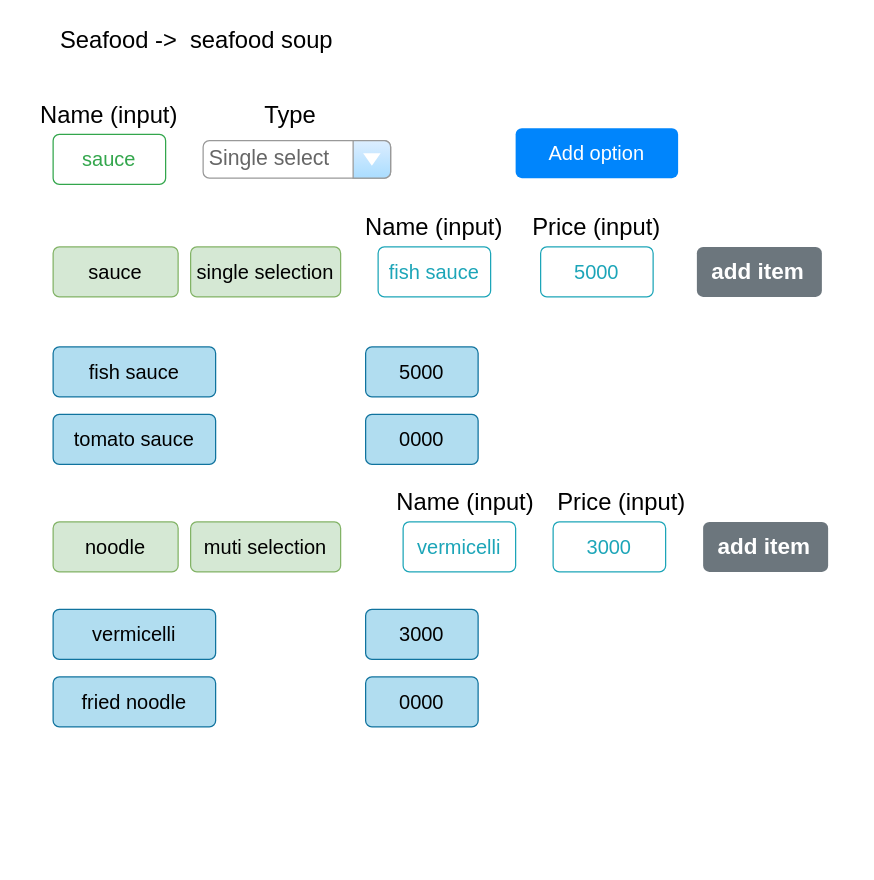
Before: resto_admin_order_menu.drawio in letrthang/design, a draw.io diagram. Source tidied: cells renumbered, new cells numbered last; positions are measured from the earlier drawing's top-left corner, leaving out a move shared by most shapes. Both pictures are drawn from the tidied source at 125%, with x=0, y=0 at pixel (21, 21).
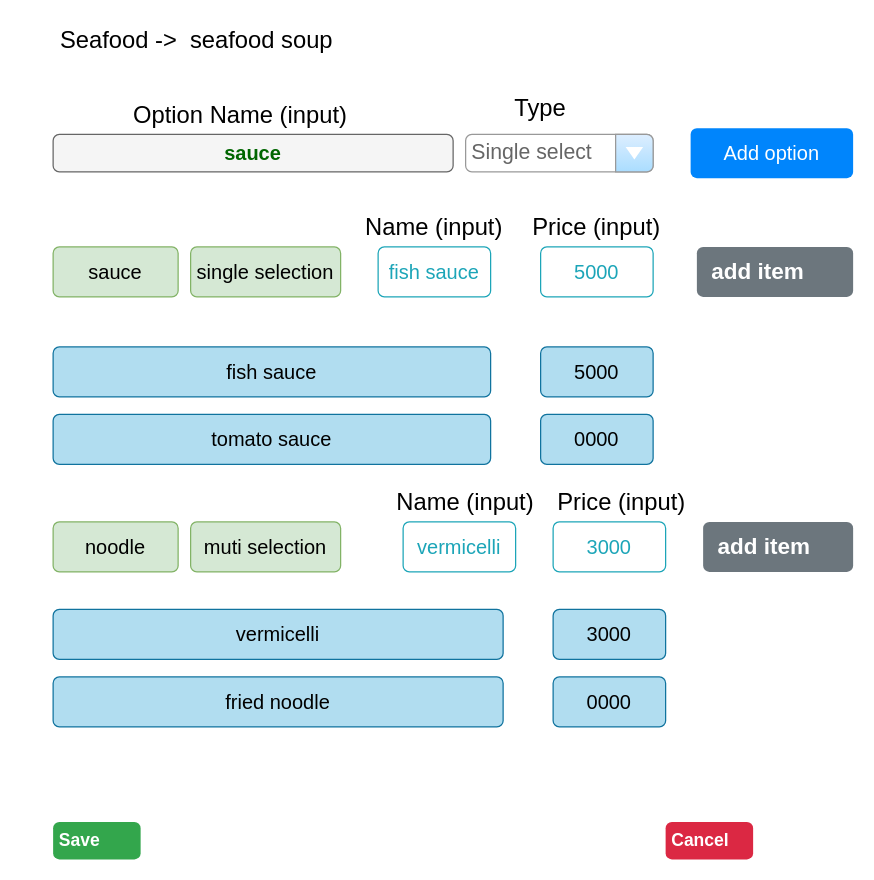
After the change.

The edit, as a diff of the source:
```diff
@@
-    <mxCell id="3" value="sauce" style="html=1;shadow=0;dashed=0;shape=mxgraph.bootstrap.rrect;rSize=5;strokeColor=#33A64C;strokeWidth=1;fillColor=none;fontColor=#33A64C;whiteSpace=wrap;align=center;verticalAlign=middle;spacingLeft=0;fontStyle=0;fontSize=16;spacing=5;" parent="1" vertex="1">
-      <mxGeometry x="25" y="90" width="90" height="40" as="geometry" />
+    <mxCell id="3" value="&lt;font color=&quot;#006600&quot;&gt;&lt;b&gt;sauce&lt;/b&gt;&lt;/font&gt;" style="html=1;shadow=0;dashed=0;shape=mxgraph.bootstrap.rrect;rSize=5;strokeColor=#666666;strokeWidth=1;fillColor=#f5f5f5;whiteSpace=wrap;align=center;verticalAlign=middle;spacingLeft=0;fontStyle=0;fontSize=16;spacing=5;fontColor=#333333;" parent="1" vertex="1">
+      <mxGeometry x="25" y="90" width="320" height="30" as="geometry" />
     </mxCell>
-    <mxCell id="4" value="&lt;font style=&quot;font-size: 19px;&quot;&gt;Name (input)&lt;/font&gt;" style="text;html=1;strokeColor=none;fillColor=none;align=center;verticalAlign=middle;whiteSpace=wrap;rounded=0;" parent="1" vertex="1">
-      <mxGeometry y="60" width="140" height="30" as="geometry" />
+    <mxCell id="4" value="&lt;font style=&quot;font-size: 19px;&quot;&gt;Option Name (input)&lt;/font&gt;" style="text;html=1;strokeColor=none;fillColor=none;align=center;verticalAlign=middle;whiteSpace=wrap;rounded=0;" parent="1" vertex="1">
+      <mxGeometry x="85" y="60" width="180" height="30" as="geometry" />
     </mxCell>
     <mxCell id="5" value="Single select" style="strokeWidth=1;shadow=0;dashed=0;align=center;html=1;shape=mxgraph.mockup.forms.comboBox;strokeColor=#999999;fillColor=#ddeeff;align=left;fillColor2=#aaddff;mainText=;fontColor=#666666;fontSize=17;spacingLeft=3;" parent="1" vertex="1">
-      <mxGeometry x="145" y="95" width="150" height="30" as="geometry" />
+      <mxGeometry x="355" y="90" width="150" height="30" as="geometry" />
     </mxCell>
     <mxCell id="6" value="&lt;font style=&quot;font-size: 19px;&quot;&gt;Type&lt;/font&gt;" style="text;html=1;strokeColor=none;fillColor=none;align=center;verticalAlign=middle;whiteSpace=wrap;rounded=0;" parent="1" vertex="1">
-      <mxGeometry x="185" y="60" width="60" height="30" as="geometry" />
+      <mxGeometry x="385" y="55" width="60" height="30" as="geometry" />
     </mxCell>
     <mxCell id="7" value="Add option" style="html=1;shadow=0;dashed=0;shape=mxgraph.bootstrap.rrect;rSize=5;strokeColor=none;strokeWidth=1;fillColor=#0085FC;fontColor=#FFFFFF;whiteSpace=wrap;align=center;verticalAlign=middle;spacingLeft=0;fontStyle=0;fontSize=16;spacing=5;" parent="1" vertex="1">
-      <mxGeometry x="395" y="85" width="130" height="40" as="geometry" />
+      <mxGeometry x="535" y="85" width="130" height="40" as="geometry" />
     </mxCell>
@@
     <mxCell id="11" value="add item" style="html=1;shadow=0;dashed=0;shape=mxgraph.bootstrap.rrect;rSize=5;strokeColor=none;strokeWidth=1;fillColor=#6C767D;fontColor=#FFFFFF;whiteSpace=wrap;align=left;verticalAlign=middle;spacingLeft=10;fontStyle=1;fontSize=18;" parent="1" vertex="1">
-      <mxGeometry x="540" y="180" width="100" height="40" as="geometry" />
+      <mxGeometry x="540" y="180" width="125" height="40" as="geometry" />
     </mxCell>
@@
     <mxCell id="14" value="fish sauce" style="html=1;shadow=0;dashed=0;shape=mxgraph.bootstrap.rrect;rSize=5;strokeColor=#10739e;strokeWidth=1;fillColor=#b1ddf0;whiteSpace=wrap;align=center;verticalAlign=middle;spacingLeft=0;fontStyle=0;fontSize=16;spacing=5;" parent="1" vertex="1">
-      <mxGeometry x="25" y="260" width="130" height="40" as="geometry" />
+      <mxGeometry x="25" y="260" width="350" height="40" as="geometry" />
     </mxCell>
     <mxCell id="15" value="5000" style="html=1;shadow=0;dashed=0;shape=mxgraph.bootstrap.rrect;rSize=5;strokeColor=#10739e;strokeWidth=1;fillColor=#b1ddf0;whiteSpace=wrap;align=center;verticalAlign=middle;spacingLeft=0;fontStyle=0;fontSize=16;spacing=5;" parent="1" vertex="1">
-      <mxGeometry x="275" y="260" width="90" height="40" as="geometry" />
+      <mxGeometry x="415" y="260" width="90" height="40" as="geometry" />
     </mxCell>
     <mxCell id="16" value="tomato sauce" style="html=1;shadow=0;dashed=0;shape=mxgraph.bootstrap.rrect;rSize=5;strokeColor=#10739e;strokeWidth=1;fillColor=#b1ddf0;whiteSpace=wrap;align=center;verticalAlign=middle;spacingLeft=0;fontStyle=0;fontSize=16;spacing=5;" parent="1" vertex="1">
-      <mxGeometry x="25" y="314" width="130" height="40" as="geometry" />
+      <mxGeometry x="25" y="314" width="350" height="40" as="geometry" />
     </mxCell>
     <mxCell id="17" value="0000" style="html=1;shadow=0;dashed=0;shape=mxgraph.bootstrap.rrect;rSize=5;strokeColor=#10739e;strokeWidth=1;fillColor=#b1ddf0;whiteSpace=wrap;align=center;verticalAlign=middle;spacingLeft=0;fontStyle=0;fontSize=16;spacing=5;" parent="1" vertex="1">
-      <mxGeometry x="275" y="314" width="90" height="40" as="geometry" />
+      <mxGeometry x="415" y="314" width="90" height="40" as="geometry" />
     </mxCell>
@@
     <mxCell id="21" value="add item" style="html=1;shadow=0;dashed=0;shape=mxgraph.bootstrap.rrect;rSize=5;strokeColor=none;strokeWidth=1;fillColor=#6C767D;fontColor=#FFFFFF;whiteSpace=wrap;align=left;verticalAlign=middle;spacingLeft=10;fontStyle=1;fontSize=18;" parent="1" vertex="1">
-      <mxGeometry x="545" y="400" width="100" height="40" as="geometry" />
+      <mxGeometry x="545" y="400" width="120" height="40" as="geometry" />
     </mxCell>
@@
     <mxCell id="24" value="vermicelli" style="html=1;shadow=0;dashed=0;shape=mxgraph.bootstrap.rrect;rSize=5;strokeColor=#10739e;strokeWidth=1;fillColor=#b1ddf0;whiteSpace=wrap;align=center;verticalAlign=middle;spacingLeft=0;fontStyle=0;fontSize=16;spacing=5;" parent="1" vertex="1">
-      <mxGeometry x="25" y="470" width="130" height="40" as="geometry" />
+      <mxGeometry x="25" y="470" width="360" height="40" as="geometry" />
     </mxCell>
     <mxCell id="25" value="3000" style="html=1;shadow=0;dashed=0;shape=mxgraph.bootstrap.rrect;rSize=5;strokeColor=#10739e;strokeWidth=1;fillColor=#b1ddf0;whiteSpace=wrap;align=center;verticalAlign=middle;spacingLeft=0;fontStyle=0;fontSize=16;spacing=5;" parent="1" vertex="1">
-      <mxGeometry x="275" y="470" width="90" height="40" as="geometry" />
+      <mxGeometry x="425" y="470" width="90" height="40" as="geometry" />
     </mxCell>
     <mxCell id="26" value="fried noodle" style="html=1;shadow=0;dashed=0;shape=mxgraph.bootstrap.rrect;rSize=5;strokeColor=#10739e;strokeWidth=1;fillColor=#b1ddf0;whiteSpace=wrap;align=center;verticalAlign=middle;spacingLeft=0;fontStyle=0;fontSize=16;spacing=5;" parent="1" vertex="1">
-      <mxGeometry x="25" y="524" width="130" height="40" as="geometry" />
+      <mxGeometry x="25" y="524" width="360" height="40" as="geometry" />
     </mxCell>
     <mxCell id="27" value="0000" style="html=1;shadow=0;dashed=0;shape=mxgraph.bootstrap.rrect;rSize=5;strokeColor=#10739e;strokeWidth=1;fillColor=#b1ddf0;whiteSpace=wrap;align=center;verticalAlign=middle;spacingLeft=0;fontStyle=0;fontSize=16;spacing=5;" parent="1" vertex="1">
-      <mxGeometry x="275" y="524" width="90" height="40" as="geometry" />
+      <mxGeometry x="425" y="524" width="90" height="40" as="geometry" />
     </mxCell>
@@
+    <mxCell id="30" value="Save" style="html=1;shadow=0;dashed=0;shape=mxgraph.bootstrap.rrect;rSize=5;strokeColor=none;strokeWidth=1;fillColor=#33A64C;fontColor=#FFFFFF;whiteSpace=wrap;align=left;verticalAlign=middle;spacingLeft=0;fontStyle=1;fontSize=14;spacing=5;" parent="1" vertex="1">
+      <mxGeometry x="25" y="640" width="70" height="30" as="geometry" />
+    </mxCell>
+    <mxCell id="31" value="Cancel" style="html=1;shadow=0;dashed=0;shape=mxgraph.bootstrap.rrect;rSize=5;strokeColor=none;strokeWidth=1;fillColor=#DB2843;fontColor=#FFFFFF;whiteSpace=wrap;align=left;verticalAlign=middle;spacingLeft=0;fontStyle=1;fontSize=14;spacing=5;" parent="1" vertex="1">
+      <mxGeometry x="515" y="640" width="70" height="30" as="geometry" />
+    </mxCell>
```
